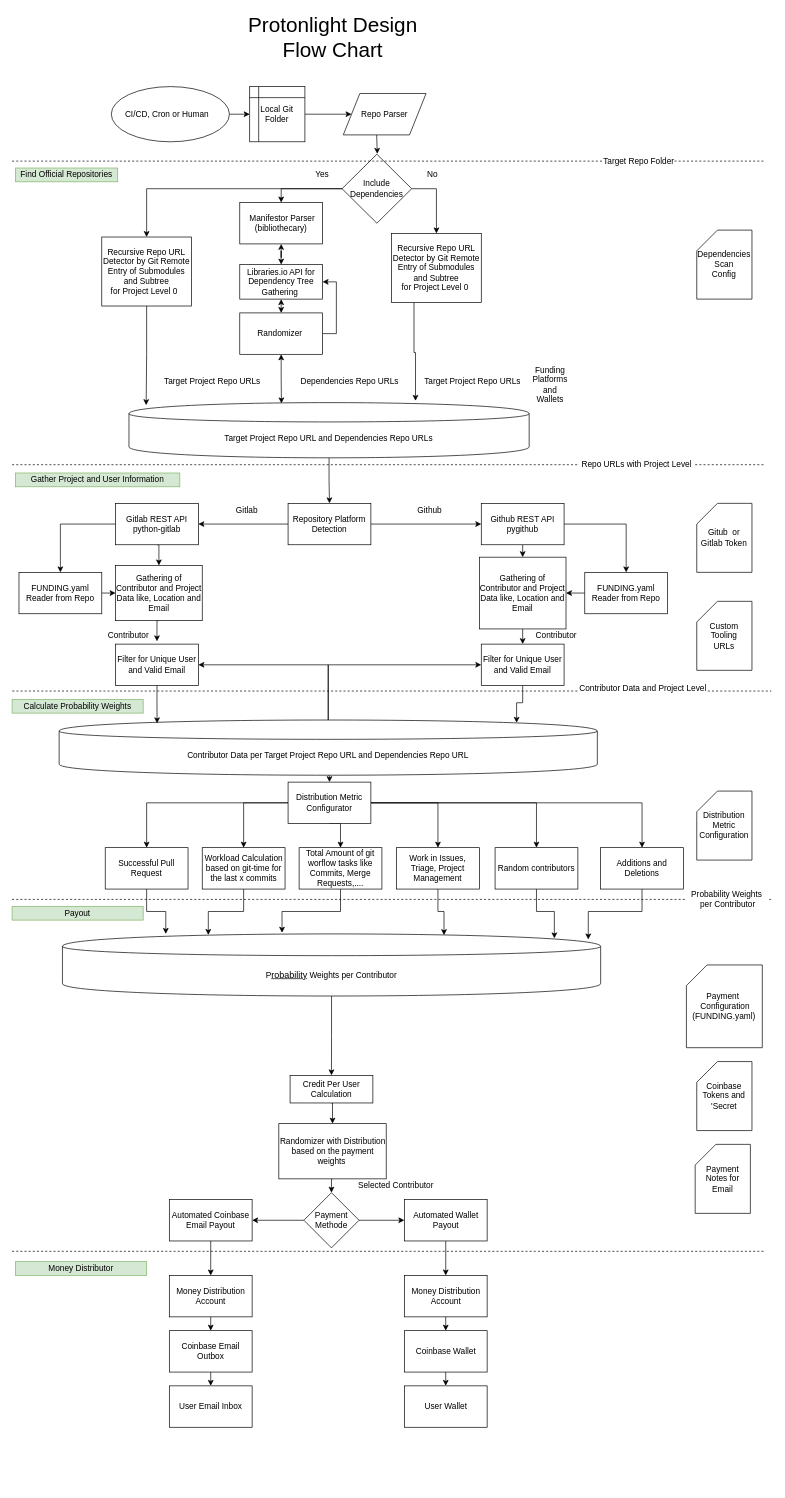
The draw.io diagram docs/design/protonlight.drawio in protontypes/LibreSelery, before the edit. Source tidied: cells renumbered, new cells numbered last; positions are measured from the earlier drawing's top-left corner, leaving out a move shared by most shapes. Both pictures are drawn from the tidied source at 69%, with x=0, y=0 at pixel (12, 23).
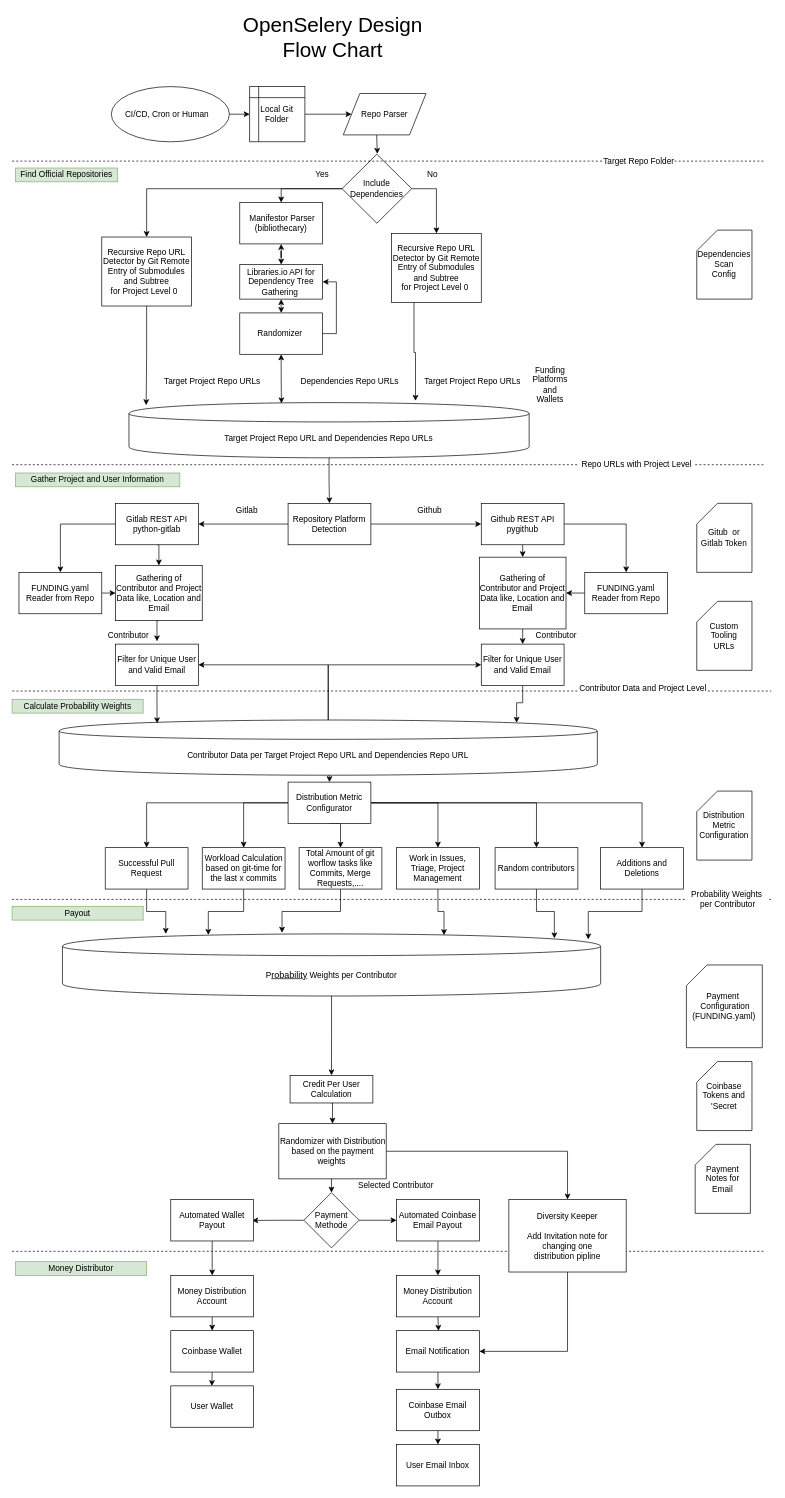
After the change.

The change refers to these unchanged cells:
```xml
<mxCell id="41" value="Randomizer with Distribution based on the payment weights&amp;nbsp;" style="rounded=0;whiteSpace=wrap;html=1;" parent="1" vertex="1">
  <mxGeometry x="386.6" y="1595" width="155.6" height="80" as="geometry" />
</mxCell>
<mxCell id="82" value="Payment Methode" style="rhombus;whiteSpace=wrap;html=1;" parent="1" vertex="1">
  <mxGeometry x="422.9" y="1695" width="80" height="80" as="geometry" />
</mxCell>
```

Change to the diagram source:
```diff
@@
-    <mxCell id="38" value="&lt;font style=&quot;font-size: 30px&quot;&gt;Protonlight Design&lt;br&gt;Flow Chart&lt;/font&gt;" style="text;html=1;strokeColor=none;fillColor=none;align=center;verticalAlign=middle;whiteSpace=wrap;rounded=0;direction=south;" parent="1" vertex="1">
+    <mxCell id="38" value="&lt;font style=&quot;font-size: 30px&quot;&gt;OpenSelery Design&lt;br&gt;Flow Chart&lt;/font&gt;" style="text;html=1;strokeColor=none;fillColor=none;align=center;verticalAlign=middle;whiteSpace=wrap;rounded=0;direction=south;" parent="1" vertex="1">
       <mxGeometry x="120" width="690" height="40" as="geometry" />
     </mxCell>
@@
+    <mxCell id="128" style="edgeStyle=orthogonalEdgeStyle;rounded=0;jettySize=auto;html=1;exitX=1;exitY=0.5;exitDx=0;exitDy=0;entryX=0.5;entryY=0;entryDx=0;entryDy=0;" parent="1" edge="1" source="41" target="131">
+      <mxGeometry relative="1" as="geometry" />
+    </mxCell>
@@
-    <mxCell id="42" value="User Email Inbox" style="rounded=0;whiteSpace=wrap;html=1;" parent="1" vertex="1">
-      <mxGeometry x="227.9" y="1975" width="120" height="60" as="geometry" />
-    </mxCell>
-    <mxCell id="43" style="edgeStyle=orthogonalEdgeStyle;rounded=0;jettySize=auto;html=1;exitX=0.5;exitY=1;exitDx=0;exitDy=0;entryX=0.5;entryY=0;entryDx=0;entryDy=0;" parent="1" edge="1" source="44" target="42">
-      <mxGeometry relative="1" as="geometry" />
-    </mxCell>
-    <mxCell id="44" value="Coinbase Email Outbox" style="rounded=0;whiteSpace=wrap;html=1;" parent="1" vertex="1">
-      <mxGeometry x="227.9" y="1895" width="120" height="60" as="geometry" />
-    </mxCell>
-    <mxCell id="45" style="edgeStyle=orthogonalEdgeStyle;rounded=0;jettySize=auto;html=1;exitX=0.5;exitY=1;exitDx=0;exitDy=0;entryX=0.5;entryY=0;entryDx=0;entryDy=0;" parent="1" edge="1" source="46" target="44">
-      <mxGeometry relative="1" as="geometry" />
-    </mxCell>
-    <mxCell id="46" value="Money Distribution Account" style="rounded=0;whiteSpace=wrap;html=1;" parent="1" vertex="1">
-      <mxGeometry x="227.9" y="1815" width="120" height="60" as="geometry" />
-    </mxCell>
@@
-    <mxCell id="80" style="edgeStyle=orthogonalEdgeStyle;rounded=0;jettySize=auto;html=1;exitX=0;exitY=0.5;exitDx=0;exitDy=0;entryX=1;entryY=0.5;entryDx=0;entryDy=0;" parent="1" edge="1" source="82" target="84">
-      <mxGeometry relative="1" as="geometry" />
+    <mxCell id="80" style="edgeStyle=orthogonalEdgeStyle;rounded=0;jettySize=auto;html=1;exitX=0;exitY=0.5;exitDx=0;exitDy=0;entryX=1;entryY=0.5;entryDx=0;entryDy=0;" parent="1" edge="1" source="82">
+      <mxGeometry relative="1" as="geometry">
+        <mxPoint x="348" y="1735.3" as="targetPoint" />
+      </mxGeometry>
     </mxCell>
-    <mxCell id="81" style="edgeStyle=orthogonalEdgeStyle;rounded=0;jettySize=auto;html=1;exitX=1;exitY=0.5;exitDx=0;exitDy=0;entryX=0;entryY=0.5;entryDx=0;entryDy=0;" parent="1" edge="1" source="82" target="91">
-      <mxGeometry relative="1" as="geometry" />
-    </mxCell>
+    <mxCell id="129" style="edgeStyle=orthogonalEdgeStyle;rounded=0;jettySize=auto;html=1;exitX=1;exitY=0.5;exitDx=0;exitDy=0;" parent="1" edge="1" source="82" target="84">
+      <mxGeometry relative="1" as="geometry" />
+    </mxCell>
@@
-    <mxCell id="83" style="edgeStyle=orthogonalEdgeStyle;rounded=0;jettySize=auto;html=1;exitX=0.5;exitY=1;exitDx=0;exitDy=0;" parent="1" edge="1" source="84" target="46">
-      <mxGeometry relative="1" as="geometry" />
-    </mxCell>
-    <mxCell id="84" value="Automated Coinbase Email Payout" style="rounded=0;whiteSpace=wrap;html=1;" parent="1" vertex="1">
-      <mxGeometry x="227.9" y="1705" width="120" height="60" as="geometry" />
-    </mxCell>
-    <mxCell id="85" value="User Wallet" style="rounded=0;whiteSpace=wrap;html=1;" parent="1" vertex="1">
-      <mxGeometry x="568.5" y="1975" width="120" height="60" as="geometry" />
-    </mxCell>
-    <mxCell id="86" style="edgeStyle=orthogonalEdgeStyle;rounded=0;jettySize=auto;html=1;exitX=0.5;exitY=1;exitDx=0;exitDy=0;entryX=0.5;entryY=0;entryDx=0;entryDy=0;" parent="1" edge="1" source="87" target="85">
-      <mxGeometry relative="1" as="geometry" />
+    <mxCell id="86" style="edgeStyle=orthogonalEdgeStyle;rounded=0;jettySize=auto;html=1;exitX=0.5;exitY=1;exitDx=0;exitDy=0;entryX=0.5;entryY=0;entryDx=0;entryDy=0;" parent="1" edge="1" source="87">
+      <mxGeometry relative="1" as="geometry">
+        <mxPoint x="289.5" y="1975.3" as="targetPoint" />
+      </mxGeometry>
     </mxCell>
     <mxCell id="87" value="Coinbase Wallet" style="rounded=0;whiteSpace=wrap;html=1;" parent="1" vertex="1">
-      <mxGeometry x="568.5" y="1895" width="120" height="60" as="geometry" />
+      <mxGeometry x="230" y="1895" width="120" height="60" as="geometry" />
     </mxCell>
@@
     <mxCell id="89" value="Money Distribution Account" style="rounded=0;whiteSpace=wrap;html=1;" parent="1" vertex="1">
-      <mxGeometry x="568.5" y="1815" width="120" height="60" as="geometry" />
+      <mxGeometry x="230" y="1815" width="120" height="60" as="geometry" />
     </mxCell>
@@
     <mxCell id="91" value="Automated Wallet Payout" style="rounded=0;whiteSpace=wrap;html=1;" parent="1" vertex="1">
-      <mxGeometry x="568.5" y="1705" width="120" height="60" as="geometry" />
+      <mxGeometry x="230" y="1705" width="120" height="60" as="geometry" />
     </mxCell>
@@
+    <mxCell id="130" style="edgeStyle=orthogonalEdgeStyle;rounded=0;jettySize=auto;html=1;exitX=0.5;exitY=1;exitDx=0;exitDy=0;entryX=1;entryY=0.5;entryDx=0;entryDy=0;" parent="1" edge="1" source="131" target="134">
+      <mxGeometry relative="1" as="geometry" />
+    </mxCell>
+    <mxCell id="131" value="Diversity Keeper&lt;br&gt;&lt;br&gt;Add Invitation note&amp;nbsp;for changing one distribution&amp;nbsp;pipline" style="rounded=0;whiteSpace=wrap;html=1;" parent="1" vertex="1">
+      <mxGeometry x="720" y="1705" width="170" height="105" as="geometry" />
+    </mxCell>
+    <mxCell id="85" value="User Wallet" style="rounded=0;whiteSpace=wrap;html=1;" parent="1" vertex="1">
+      <mxGeometry x="230" y="1975" width="120" height="60" as="geometry" />
+    </mxCell>
+    <mxCell id="132" style="edgeStyle=orthogonalEdgeStyle;rounded=0;jettySize=auto;html=1;exitX=0.5;exitY=1;exitDx=0;exitDy=0;entryX=0.5;entryY=0;entryDx=0;entryDy=0;" parent="1" edge="1" source="46">
+      <mxGeometry relative="1" as="geometry">
+        <mxPoint x="618" y="1895.3" as="targetPoint" />
+      </mxGeometry>
+    </mxCell>
+    <mxCell id="46" value="Money Distribution Account" style="rounded=0;whiteSpace=wrap;html=1;" parent="1" vertex="1">
+      <mxGeometry x="557.2" y="1815" width="120" height="60" as="geometry" />
+    </mxCell>
+    <mxCell id="83" style="edgeStyle=orthogonalEdgeStyle;rounded=0;jettySize=auto;html=1;exitX=0.5;exitY=1;exitDx=0;exitDy=0;" parent="1" edge="1" source="84" target="46">
+      <mxGeometry relative="1" as="geometry" />
+    </mxCell>
+    <mxCell id="84" value="Automated Coinbase Email Payout" style="rounded=0;whiteSpace=wrap;html=1;" parent="1" vertex="1">
+      <mxGeometry x="557.2" y="1705" width="120" height="60" as="geometry" />
+    </mxCell>
+    <mxCell id="42" value="User Email Inbox" style="rounded=0;whiteSpace=wrap;html=1;" parent="1" vertex="1">
+      <mxGeometry x="557.2" y="2060" width="120" height="60" as="geometry" />
+    </mxCell>
+    <mxCell id="43" style="edgeStyle=orthogonalEdgeStyle;rounded=0;jettySize=auto;html=1;exitX=0.5;exitY=1;exitDx=0;exitDy=0;entryX=0.5;entryY=0;entryDx=0;entryDy=0;" parent="1" edge="1" source="44" target="42">
+      <mxGeometry relative="1" as="geometry" />
+    </mxCell>
+    <mxCell id="44" value="Coinbase Email Outbox" style="rounded=0;whiteSpace=wrap;html=1;" parent="1" vertex="1">
+      <mxGeometry x="557.2" y="1980" width="120" height="60" as="geometry" />
+    </mxCell>
+    <mxCell id="133" style="edgeStyle=orthogonalEdgeStyle;rounded=0;jettySize=auto;html=1;exitX=0.5;exitY=1;exitDx=0;exitDy=0;entryX=0.5;entryY=0;entryDx=0;entryDy=0;" parent="1" edge="1" source="134" target="44">
+      <mxGeometry relative="1" as="geometry" />
+    </mxCell>
+    <mxCell id="134" value="Email Notification" style="rounded=0;whiteSpace=wrap;html=1;" parent="1" vertex="1">
+      <mxGeometry x="557.2" y="1895" width="120" height="60" as="geometry" />
+    </mxCell>
```
